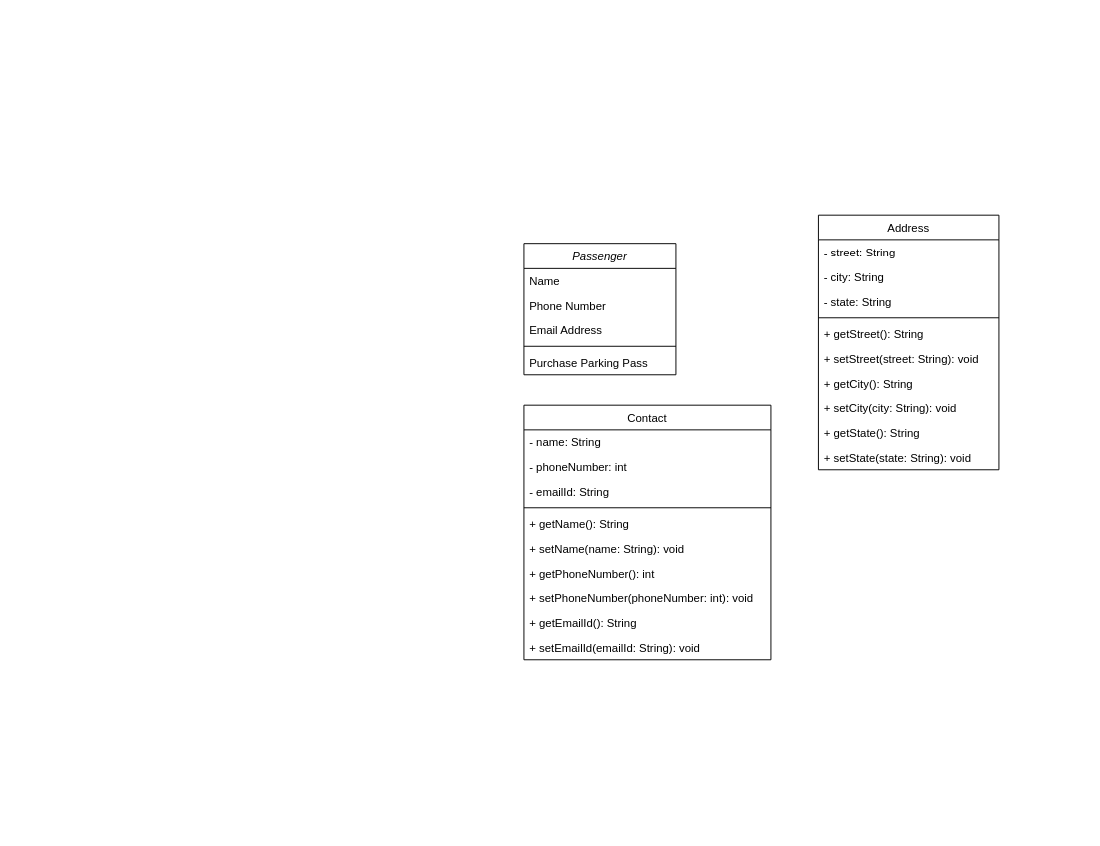
This is Flight Reservation System.drawio from SaiArjunL/my_repo, a draw.io file, before an edit. Source tidied: cells renumbered, new cells numbered last; positions are measured from the earlier drawing's top-left corner, leaving out a move shared by most shapes. Both pictures are drawn from the tidied source at 95%, with x=0, y=0 at pixel (523, 215).
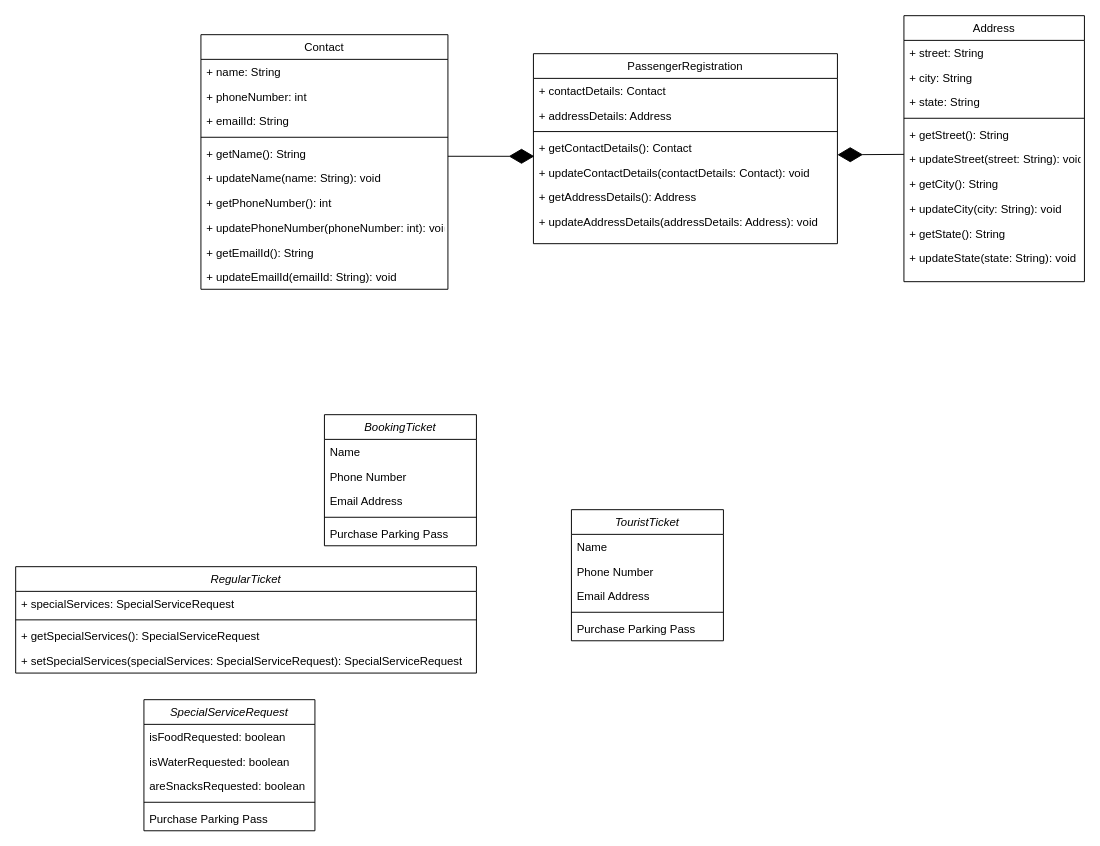
The same page after the edit.

Diff of the diagram source:
```diff
@@
-    <mxCell id="2" value="Passenger" style="swimlane;fontStyle=2;align=center;verticalAlign=top;horizontal=1;startSize=26;rounded=0;shadow=0;strokeWidth=1;" parent="1" vertex="1">
-      <mxGeometry y="30" width="160" height="138" as="geometry" />
-    </mxCell>
-    <mxCell id="3" value="Name" style="text;align=left;verticalAlign=top;spacingLeft=4;spacingRight=4;overflow=hidden;" parent="2" vertex="1">
-      <mxGeometry y="26" width="160" height="26" as="geometry" />
-    </mxCell>
-    <mxCell id="4" value="Phone Number" style="text;align=left;verticalAlign=top;spacingLeft=4;spacingRight=4;overflow=hidden;rounded=0;shadow=0;html=0;" parent="2" vertex="1">
-      <mxGeometry y="52" width="160" height="26" as="geometry" />
-    </mxCell>
-    <mxCell id="5" value="Email Address" style="text;align=left;verticalAlign=top;spacingLeft=4;spacingRight=4;overflow=hidden;rounded=0;shadow=0;html=0;" parent="2" vertex="1">
-      <mxGeometry y="78" width="160" height="26" as="geometry" />
-    </mxCell>
-    <mxCell id="6" style="line;html=1;strokeWidth=1;align=left;verticalAlign=middle;spacingTop=-1;spacingLeft=3;spacingRight=3;labelPosition=right;" parent="2" vertex="1">
-      <mxGeometry y="104" width="160" height="8" as="geometry" />
-    </mxCell>
-    <mxCell id="7" value="Purchase Parking Pass" style="text;align=left;verticalAlign=top;spacingLeft=4;spacingRight=4;overflow=hidden;" parent="2" vertex="1">
-      <mxGeometry y="112" width="160" height="26" as="geometry" />
-    </mxCell>
     <mxCell id="8" value="Address" style="swimlane;fontStyle=0;align=center;verticalAlign=top;horizontal=1;startSize=26;rounded=0;shadow=0;strokeWidth=1;" parent="1" vertex="1">
-      <mxGeometry x="310" width="190" height="268" as="geometry" />
+      <mxGeometry x="400" y="-210" width="190" height="280" as="geometry" />
     </mxCell>
-    <mxCell id="9" value="- street: String" style="text;align=left;verticalAlign=top;spacingLeft=4;spacingRight=4;overflow=hidden;" parent="8" vertex="1">
+    <mxCell id="9" value="+ street: String" style="text;align=left;verticalAlign=top;spacingLeft=4;spacingRight=4;overflow=hidden;" parent="8" vertex="1">
       <mxGeometry y="26" width="190" height="26" as="geometry" />
     </mxCell>
-    <mxCell id="10" value="- city: String" style="text;align=left;verticalAlign=top;spacingLeft=4;spacingRight=4;overflow=hidden;rounded=0;shadow=0;html=0;" parent="8" vertex="1">
+    <mxCell id="10" value="+ city: String" style="text;align=left;verticalAlign=top;spacingLeft=4;spacingRight=4;overflow=hidden;rounded=0;shadow=0;html=0;" parent="8" vertex="1">
       <mxGeometry y="52" width="190" height="26" as="geometry" />
     </mxCell>
-    <mxCell id="11" value="- state: String" style="text;align=left;verticalAlign=top;spacingLeft=4;spacingRight=4;overflow=hidden;rounded=0;shadow=0;html=0;" parent="8" vertex="1">
+    <mxCell id="11" value="+ state: String" style="text;align=left;verticalAlign=top;spacingLeft=4;spacingRight=4;overflow=hidden;rounded=0;shadow=0;html=0;" parent="8" vertex="1">
       <mxGeometry y="78" width="190" height="26" as="geometry" />
     </mxCell>
@@
-    <mxCell id="14" value="+ setStreet(street: String): void" style="text;align=left;verticalAlign=top;spacingLeft=4;spacingRight=4;overflow=hidden;" parent="8" vertex="1">
+    <mxCell id="14" value="+ updateStreet(street: String): void" style="text;align=left;verticalAlign=top;spacingLeft=4;spacingRight=4;overflow=hidden;" parent="8" vertex="1">
       <mxGeometry y="138" width="190" height="26" as="geometry" />
     </mxCell>
@@
-    <mxCell id="16" value="+ setCity(city: String): void" style="text;align=left;verticalAlign=top;spacingLeft=4;spacingRight=4;overflow=hidden;" parent="8" vertex="1">
+    <mxCell id="16" value="+ updateCity(city: String): void" style="text;align=left;verticalAlign=top;spacingLeft=4;spacingRight=4;overflow=hidden;" parent="8" vertex="1">
       <mxGeometry y="190" width="190" height="26" as="geometry" />
     </mxCell>
@@
-    <mxCell id="18" value="+ setState(state: String): void" style="text;align=left;verticalAlign=top;spacingLeft=4;spacingRight=4;overflow=hidden;" parent="8" vertex="1">
+    <mxCell id="18" value="+ updateState(state: String): void" style="text;align=left;verticalAlign=top;spacingLeft=4;spacingRight=4;overflow=hidden;" parent="8" vertex="1">
       <mxGeometry y="242" width="190" height="26" as="geometry" />
     </mxCell>
     <mxCell id="19" value="Contact" style="swimlane;fontStyle=0;align=center;verticalAlign=top;horizontal=1;startSize=26;rounded=0;shadow=0;strokeWidth=1;" parent="1" vertex="1">
-      <mxGeometry y="200" width="260" height="268" as="geometry" />
+      <mxGeometry x="-340" y="-190" width="260" height="268" as="geometry" />
     </mxCell>
-    <mxCell id="20" value="- name: String" style="text;align=left;verticalAlign=top;spacingLeft=4;spacingRight=4;overflow=hidden;" parent="19" vertex="1">
+    <mxCell id="20" value="+ name: String" style="text;align=left;verticalAlign=top;spacingLeft=4;spacingRight=4;overflow=hidden;" parent="19" vertex="1">
       <mxGeometry y="26" width="260" height="26" as="geometry" />
     </mxCell>
-    <mxCell id="21" value="- phoneNumber: int" style="text;align=left;verticalAlign=top;spacingLeft=4;spacingRight=4;overflow=hidden;rounded=0;shadow=0;html=0;" parent="19" vertex="1">
+    <mxCell id="21" value="+ phoneNumber: int" style="text;align=left;verticalAlign=top;spacingLeft=4;spacingRight=4;overflow=hidden;rounded=0;shadow=0;html=0;" parent="19" vertex="1">
       <mxGeometry y="52" width="260" height="26" as="geometry" />
     </mxCell>
-    <mxCell id="22" value="- emailId: String" style="text;align=left;verticalAlign=top;spacingLeft=4;spacingRight=4;overflow=hidden;rounded=0;shadow=0;html=0;" parent="19" vertex="1">
+    <mxCell id="22" value="+ emailId: String" style="text;align=left;verticalAlign=top;spacingLeft=4;spacingRight=4;overflow=hidden;rounded=0;shadow=0;html=0;" parent="19" vertex="1">
       <mxGeometry y="78" width="260" height="26" as="geometry" />
     </mxCell>
@@
-    <mxCell id="25" value="+ setName(name: String): void" style="text;align=left;verticalAlign=top;spacingLeft=4;spacingRight=4;overflow=hidden;" parent="19" vertex="1">
+    <mxCell id="25" value="+ updateName(name: String): void" style="text;align=left;verticalAlign=top;spacingLeft=4;spacingRight=4;overflow=hidden;" parent="19" vertex="1">
       <mxGeometry y="138" width="260" height="26" as="geometry" />
     </mxCell>
@@
-    <mxCell id="27" value="+ setPhoneNumber(phoneNumber: int): void" style="text;align=left;verticalAlign=top;spacingLeft=4;spacingRight=4;overflow=hidden;" parent="19" vertex="1">
+    <mxCell id="27" value="+ updatePhoneNumber(phoneNumber: int): void" style="text;align=left;verticalAlign=top;spacingLeft=4;spacingRight=4;overflow=hidden;" parent="19" vertex="1">
       <mxGeometry y="190" width="260" height="26" as="geometry" />
     </mxCell>
@@
-    <mxCell id="29" value="+ setEmailId(emailId: String): void" style="text;align=left;verticalAlign=top;spacingLeft=4;spacingRight=4;overflow=hidden;" parent="19" vertex="1">
+    <mxCell id="29" value="+ updateEmailId(emailId: String): void" style="text;align=left;verticalAlign=top;spacingLeft=4;spacingRight=4;overflow=hidden;" parent="19" vertex="1">
       <mxGeometry y="242" width="260" height="26" as="geometry" />
     </mxCell>
+    <mxCell id="30" style="endArrow=diamondThin;endFill=1;endSize=24;html=1;entryX=1;entryY=0.786;entryDx=0;entryDy=0;entryPerimeter=0;" parent="1" edge="1" target="41">
+      <mxGeometry relative="1" as="geometry">
+        <mxPoint x="400" y="-64" as="sourcePoint" />
+      </mxGeometry>
+    </mxCell>
+    <mxCell id="31" value="RegularTicket" style="swimlane;fontStyle=2;align=center;verticalAlign=top;horizontal=1;startSize=26;rounded=0;shadow=0;strokeWidth=1;" parent="1" vertex="1">
+      <mxGeometry x="-535" y="370" width="485" height="112" as="geometry" />
+    </mxCell>
+    <mxCell id="32" value="+ specialServices: SpecialServiceRequest" style="text;align=left;verticalAlign=top;spacingLeft=4;spacingRight=4;overflow=hidden;" parent="31" vertex="1">
+      <mxGeometry y="26" width="485" height="26" as="geometry" />
+    </mxCell>
+    <mxCell id="33" style="line;html=1;strokeWidth=1;align=left;verticalAlign=middle;spacingTop=-1;spacingLeft=3;spacingRight=3;labelPosition=right;" parent="31" vertex="1">
+      <mxGeometry y="52" width="485" height="8" as="geometry" />
+    </mxCell>
+    <mxCell id="34" value="+ getSpecialServices(): SpecialServiceRequest " style="text;align=left;verticalAlign=top;spacingLeft=4;spacingRight=4;overflow=hidden;" parent="31" vertex="1">
+      <mxGeometry y="60" width="485" height="26" as="geometry" />
+    </mxCell>
+    <mxCell id="35" value="+ setSpecialServices(specialServices: SpecialServiceRequest): SpecialServiceRequest " style="text;align=left;verticalAlign=top;spacingLeft=4;spacingRight=4;overflow=hidden;" parent="31" vertex="1">
+      <mxGeometry y="86" width="485" height="26" as="geometry" />
+    </mxCell>
+    <mxCell id="36" style="endArrow=diamondThin;endFill=1;endSize=24;html=1;entryX=0.003;entryY=0.848;entryDx=0;entryDy=0;entryPerimeter=0;" parent="1" edge="1" target="41">
+      <mxGeometry relative="1" as="geometry">
+        <mxPoint x="-80" y="-62" as="sourcePoint" />
+      </mxGeometry>
+    </mxCell>
+    <mxCell id="37" value="PassengerRegistration" style="swimlane;fontStyle=0;align=center;verticalAlign=top;horizontal=1;startSize=26;rounded=0;shadow=0;strokeWidth=1;" parent="1" vertex="1">
+      <mxGeometry x="10" y="-170" width="320" height="200" as="geometry" />
+    </mxCell>
+    <mxCell id="38" value="+ contactDetails: Contact" style="text;align=left;verticalAlign=top;spacingLeft=4;spacingRight=4;overflow=hidden;" parent="37" vertex="1">
+      <mxGeometry y="26" width="320" height="26" as="geometry" />
+    </mxCell>
+    <mxCell id="39" value="+ addressDetails: Address" style="text;align=left;verticalAlign=top;spacingLeft=4;spacingRight=4;overflow=hidden;rounded=0;shadow=0;html=0;" parent="37" vertex="1">
+      <mxGeometry y="52" width="320" height="26" as="geometry" />
+    </mxCell>
+    <mxCell id="40" style="line;html=1;strokeWidth=1;align=left;verticalAlign=middle;spacingTop=-1;spacingLeft=3;spacingRight=3;labelPosition=right;" parent="37" vertex="1">
+      <mxGeometry y="78" width="320" height="8" as="geometry" />
+    </mxCell>
+    <mxCell id="41" value="+ getContactDetails(): Contact" style="text;align=left;verticalAlign=top;spacingLeft=4;spacingRight=4;overflow=hidden;points=[[0,0.5],[1,0.5]];portConstraint=eastwest;" parent="37" vertex="1">
+      <mxGeometry y="86" width="320" height="26" as="geometry" />
+    </mxCell>
+    <mxCell id="42" value="+ updateContactDetails(contactDetails: Contact): void" style="text;align=left;verticalAlign=top;spacingLeft=4;spacingRight=4;overflow=hidden;" parent="37" vertex="1">
+      <mxGeometry y="112" width="320" height="26" as="geometry" />
+    </mxCell>
+    <mxCell id="43" value="+ getAddressDetails(): Address" style="text;align=left;verticalAlign=top;spacingLeft=4;spacingRight=4;overflow=hidden;" parent="37" vertex="1">
+      <mxGeometry y="138" width="320" height="26" as="geometry" />
+    </mxCell>
+    <mxCell id="44" value="+ updateAddressDetails(addressDetails: Address): void" style="text;align=left;verticalAlign=top;spacingLeft=4;spacingRight=4;overflow=hidden;" parent="37" vertex="1">
+      <mxGeometry y="164" width="320" height="26" as="geometry" />
+    </mxCell>
+    <mxCell id="45" value="BookingTicket" style="swimlane;fontStyle=2;align=center;verticalAlign=top;horizontal=1;startSize=26;rounded=0;shadow=0;strokeWidth=1;" parent="1" vertex="1">
+      <mxGeometry x="-210" y="210" width="160" height="138" as="geometry" />
+    </mxCell>
+    <mxCell id="46" value="Name" style="text;align=left;verticalAlign=top;spacingLeft=4;spacingRight=4;overflow=hidden;" parent="45" vertex="1">
+      <mxGeometry y="26" width="160" height="26" as="geometry" />
+    </mxCell>
+    <mxCell id="47" value="Phone Number" style="text;align=left;verticalAlign=top;spacingLeft=4;spacingRight=4;overflow=hidden;rounded=0;shadow=0;html=0;" parent="45" vertex="1">
+      <mxGeometry y="52" width="160" height="26" as="geometry" />
+    </mxCell>
+    <mxCell id="48" value="Email Address" style="text;align=left;verticalAlign=top;spacingLeft=4;spacingRight=4;overflow=hidden;rounded=0;shadow=0;html=0;" parent="45" vertex="1">
+      <mxGeometry y="78" width="160" height="26" as="geometry" />
+    </mxCell>
+    <mxCell id="49" style="line;html=1;strokeWidth=1;align=left;verticalAlign=middle;spacingTop=-1;spacingLeft=3;spacingRight=3;labelPosition=right;" parent="45" vertex="1">
+      <mxGeometry y="104" width="160" height="8" as="geometry" />
+    </mxCell>
+    <mxCell id="50" value="Purchase Parking Pass" style="text;align=left;verticalAlign=top;spacingLeft=4;spacingRight=4;overflow=hidden;" parent="45" vertex="1">
+      <mxGeometry y="112" width="160" height="26" as="geometry" />
+    </mxCell>
+    <mxCell id="51" value="TouristTicket" style="swimlane;fontStyle=2;align=center;verticalAlign=top;horizontal=1;startSize=26;rounded=0;shadow=0;strokeWidth=1;" parent="1" vertex="1">
+      <mxGeometry x="50" y="310" width="160" height="138" as="geometry" />
+    </mxCell>
+    <mxCell id="52" value="Name" style="text;align=left;verticalAlign=top;spacingLeft=4;spacingRight=4;overflow=hidden;" parent="51" vertex="1">
+      <mxGeometry y="26" width="160" height="26" as="geometry" />
+    </mxCell>
+    <mxCell id="53" value="Phone Number" style="text;align=left;verticalAlign=top;spacingLeft=4;spacingRight=4;overflow=hidden;rounded=0;shadow=0;html=0;" parent="51" vertex="1">
+      <mxGeometry y="52" width="160" height="26" as="geometry" />
+    </mxCell>
+    <mxCell id="54" value="Email Address" style="text;align=left;verticalAlign=top;spacingLeft=4;spacingRight=4;overflow=hidden;rounded=0;shadow=0;html=0;" parent="51" vertex="1">
+      <mxGeometry y="78" width="160" height="26" as="geometry" />
+    </mxCell>
+    <mxCell id="55" style="line;html=1;strokeWidth=1;align=left;verticalAlign=middle;spacingTop=-1;spacingLeft=3;spacingRight=3;labelPosition=right;" parent="51" vertex="1">
+      <mxGeometry y="104" width="160" height="8" as="geometry" />
+    </mxCell>
+    <mxCell id="56" value="Purchase Parking Pass" style="text;align=left;verticalAlign=top;spacingLeft=4;spacingRight=4;overflow=hidden;" parent="51" vertex="1">
+      <mxGeometry y="112" width="160" height="26" as="geometry" />
+    </mxCell>
+    <mxCell id="57" value="SpecialServiceRequest" style="swimlane;fontStyle=2;align=center;verticalAlign=top;horizontal=1;startSize=26;rounded=0;shadow=0;strokeWidth=1;" parent="1" vertex="1">
+      <mxGeometry x="-400" y="510" width="180" height="138" as="geometry" />
+    </mxCell>
+    <mxCell id="58" value="isFoodRequested: boolean" style="text;align=left;verticalAlign=top;spacingLeft=4;spacingRight=4;overflow=hidden;" parent="57" vertex="1">
+      <mxGeometry y="26" width="180" height="26" as="geometry" />
+    </mxCell>
+    <mxCell id="59" value="isWaterRequested: boolean" style="text;align=left;verticalAlign=top;spacingLeft=4;spacingRight=4;overflow=hidden;rounded=0;shadow=0;html=0;" parent="57" vertex="1">
+      <mxGeometry y="52" width="180" height="26" as="geometry" />
+    </mxCell>
+    <mxCell id="60" value="areSnacksRequested: boolean" style="text;align=left;verticalAlign=top;spacingLeft=4;spacingRight=4;overflow=hidden;rounded=0;shadow=0;html=0;" parent="57" vertex="1">
+      <mxGeometry y="78" width="180" height="26" as="geometry" />
+    </mxCell>
+    <mxCell id="61" style="line;html=1;strokeWidth=1;align=left;verticalAlign=middle;spacingTop=-1;spacingLeft=3;spacingRight=3;labelPosition=right;" parent="57" vertex="1">
+      <mxGeometry y="104" width="180" height="8" as="geometry" />
+    </mxCell>
+    <mxCell id="62" value="Purchase Parking Pass" style="text;align=left;verticalAlign=top;spacingLeft=4;spacingRight=4;overflow=hidden;" parent="57" vertex="1">
+      <mxGeometry y="112" width="180" height="26" as="geometry" />
+    </mxCell>
```
